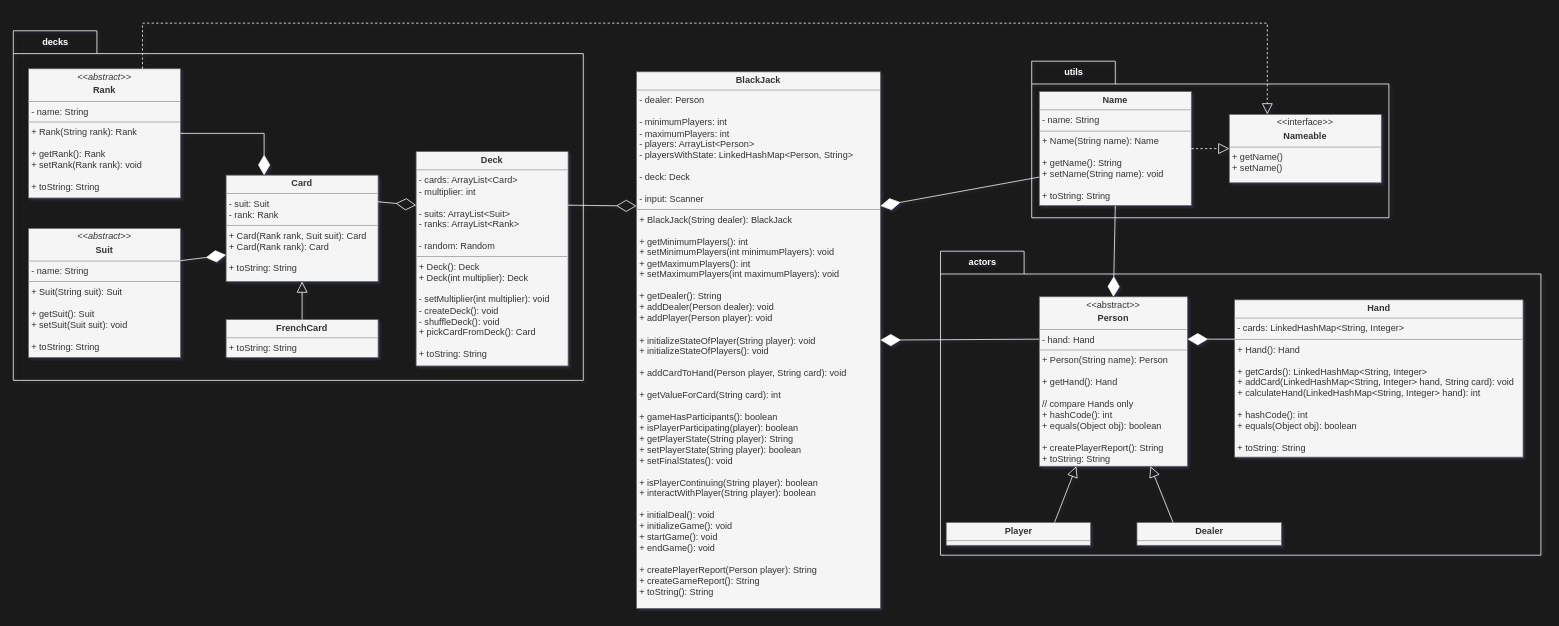
Before: uml-models/step3.drawio in iham/cardgameapp, a draw.io diagram. Source tidied: cells renumbered, new cells numbered last; positions are measured from the earlier drawing's top-left corner, leaving out a move shared by most shapes. Both pictures are drawn from the tidied source at 76%, with x=0, y=0 at pixel (13, 23).
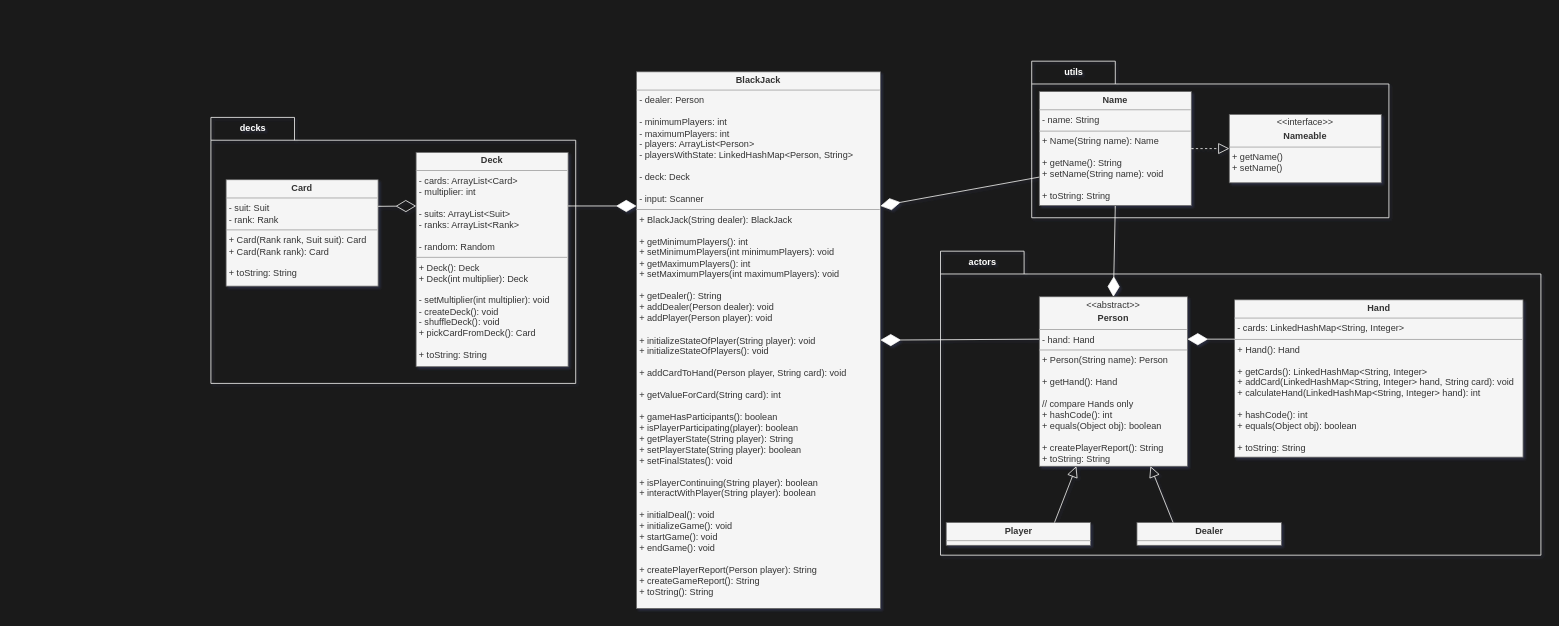
Above is the later version.

Commit message (it also covers changes not shown here):
finished step3.

The change refers to these unchanged cells:
```xml
<mxCell id="2" value="&lt;p style=&quot;margin: 0px ; margin-top: 4px ; text-align: center&quot;&gt;&lt;b&gt;BlackJack&lt;/b&gt;&lt;/p&gt;&lt;hr size=&quot;1&quot;&gt;&lt;p style=&quot;margin: 0px ; margin-left: 4px&quot;&gt;&lt;span&gt;- dealer: Person&lt;/span&gt;&lt;br&gt;&lt;/p&gt;&lt;p style=&quot;margin: 0px ; margin-left: 4px&quot;&gt;&lt;br&gt;&lt;/p&gt;&lt;p style=&quot;margin: 0px ; margin-left: 4px&quot;&gt;- minimumPlayers: int&lt;/p&gt;&lt;p style=&quot;margin: 0px ; margin-left: 4px&quot;&gt;- maximumPlayers: int&lt;br&gt;- players: ArrayList&amp;lt;Person&lt;span&gt;&amp;gt;&lt;/span&gt;&lt;/p&gt;&lt;p style=&quot;margin: 0px ; margin-left: 4px&quot;&gt;&lt;span&gt;- playersWithState: LinkedHashMap&amp;lt;Person, String&amp;gt;&lt;/span&gt;&lt;/p&gt;&lt;p style=&quot;margin: 0px ; margin-left: 4px&quot;&gt;&lt;br&gt;&lt;/p&gt;&lt;p style=&quot;margin: 0px ; margin-left: 4px&quot;&gt;&lt;span&gt;- deck: Deck&lt;/span&gt;&lt;br&gt;&lt;/p&gt;&lt;p style=&quot;margin: 0px ; margin-left: 4px&quot;&gt;&lt;br&gt;&lt;/p&gt;&lt;p style=&quot;margin: 0px ; margin-left: 4px&quot;&gt;- input: Scanner&lt;/p&gt;&lt;hr size=&quot;1&quot;&gt;&lt;p style=&quot;margin: 0px ; margin-left: 4px&quot;&gt;+ BlackJack(String dealer): BlackJack&lt;span&gt;&lt;br&gt;&lt;/span&gt;&lt;/p&gt;&lt;p style=&quot;margin: 0px ; margin-left: 4px&quot;&gt;&lt;span&gt;&lt;br&gt;&lt;/span&gt;&lt;/p&gt;&lt;p style=&quot;margin: 0px 0px 0px 4px&quot;&gt;&lt;span&gt;+ getMinimumPlayers(): int&lt;/span&gt;&lt;br&gt;&lt;/p&gt;&lt;p style=&quot;margin: 0px ; margin-left: 4px&quot;&gt;&lt;span&gt;+ setMinimumPlayers(int minimumPlayers): void&lt;/span&gt;&lt;/p&gt;&lt;p style=&quot;margin: 0px 0px 0px 4px&quot;&gt;+ getMaximumPlayers(): int&lt;br&gt;&lt;/p&gt;&lt;p style=&quot;margin: 0px 0px 0px 4px&quot;&gt;&lt;span&gt;+ setMaximumPlayers(int maximumPlayers): void&lt;/span&gt;&lt;br&gt;&lt;/p&gt;&lt;p style=&quot;margin: 0px 0px 0px 4px&quot;&gt;&lt;br&gt;&lt;/p&gt;&lt;p style=&quot;margin: 0px 0px 0px 4px&quot;&gt;+ getDealer(): String&lt;br&gt;&lt;/p&gt;&lt;p style=&quot;margin: 0px 0px 0px 4px&quot;&gt;&lt;span&gt;+ addDealer(Person dealer): void&lt;/span&gt;&lt;br&gt;&lt;/p&gt;&lt;p style=&quot;margin: 0px ; margin-left: 4px&quot;&gt;&lt;span&gt;+ addPlayer(Person player): void&lt;/span&gt;&lt;br&gt;&lt;/p&gt;&lt;div&gt;&lt;br&gt;&lt;/div&gt;&lt;div&gt;&lt;p style=&quot;margin: 0px 0px 0px 4px&quot;&gt;&lt;span&gt;+ initializeStateOfPlayer(String player): void&lt;/span&gt;&lt;/p&gt;&lt;p style=&quot;margin: 0px 0px 0px 4px&quot;&gt;+ initializeStateOfPlayers(): void&lt;/p&gt;&lt;p style=&quot;margin: 0px 0px 0px 4px&quot;&gt;&lt;br&gt;&lt;/p&gt;&lt;/div&gt;&lt;p style=&quot;margin: 0px 0px 0px 4px&quot;&gt;&lt;span&gt;+ addCardToHand(Person player, String card): void&lt;/span&gt;&lt;/p&gt;&lt;p style=&quot;margin: 0px 0px 0px 4px&quot;&gt;&lt;span&gt;&lt;br&gt;&lt;/span&gt;&lt;/p&gt;&lt;p style=&quot;margin: 0px 0px 0px 4px&quot;&gt;&lt;span&gt;+ getValueForCard(String card): int&lt;/span&gt;&lt;br&gt;&lt;/p&gt;&lt;div&gt;&lt;p style=&quot;margin: 0px 0px 0px 4px&quot;&gt;&lt;br&gt;&lt;/p&gt;&lt;/div&gt;&lt;p style=&quot;margin: 0px 0px 0px 4px&quot;&gt;&lt;span&gt;+ gameHasParticipants(): boolean&lt;/span&gt;&lt;br&gt;&lt;/p&gt;&lt;p style=&quot;margin: 0px 0px 0px 4px&quot;&gt;+ isPlayerParticipating(player): boolean&lt;/p&gt;&lt;div&gt;&lt;p style=&quot;margin: 0px 0px 0px 4px&quot;&gt;&lt;span&gt;+ getPlayer&lt;/span&gt;&lt;span&gt;State&lt;/span&gt;&lt;span&gt;(String player): String&lt;/span&gt;&lt;/p&gt;&lt;p style=&quot;margin: 0px 0px 0px 4px&quot;&gt;+ setPlayer&lt;span&gt;State&lt;/span&gt;&lt;span&gt;(String player): boolean&lt;/span&gt;&lt;/p&gt;&lt;p style=&quot;margin: 0px 0px 0px 4px&quot;&gt;&lt;span&gt;+ setFinalStates(): void&lt;/span&gt;&lt;/p&gt;&lt;/div&gt;&lt;div&gt;&lt;br&gt;&lt;/div&gt;&lt;p style=&quot;margin: 0px ; margin-left: 4px&quot;&gt;+ isPlayerContinuing(String player): boolean&lt;/p&gt;&lt;p style=&quot;margin: 0px ; margin-left: 4px&quot;&gt;+ interactWithPlayer(String player): boolean&lt;/p&gt;&lt;p style=&quot;margin: 0px ; margin-left: 4px&quot;&gt;&lt;span&gt;&lt;br&gt;&lt;/span&gt;&lt;/p&gt;&lt;p style=&quot;margin: 0px 0px 0px 4px&quot;&gt;+ initialDeal(): void&lt;/p&gt;&lt;p style=&quot;margin: 0px ; margin-left: 4px&quot;&gt;&lt;span&gt;+ initializeGame(): void&lt;/span&gt;&lt;br&gt;&lt;/p&gt;&lt;p style=&quot;margin: 0px 0px 0px 4px&quot;&gt;+ startGame(): void&lt;/p&gt;&lt;p style=&quot;margin: 0px 0px 0px 4px&quot;&gt;+ endGame(): void&lt;/p&gt;&lt;p style=&quot;margin: 0px 0px 0px 4px&quot;&gt;&lt;br&gt;&lt;/p&gt;&lt;p style=&quot;margin: 0px 0px 0px 4px&quot;&gt;+ createPlayerReport(Person player): String&lt;/p&gt;&lt;p style=&quot;margin: 0px ; margin-left: 4px&quot;&gt;&lt;span&gt;+ createGameReport(): String&lt;/span&gt;&lt;br&gt;&lt;/p&gt;&lt;p style=&quot;margin: 0px ; margin-left: 4px&quot;&gt;&lt;span&gt;+ toString(): String&lt;/span&gt;&lt;br&gt;&lt;/p&gt;" style="verticalAlign=top;align=left;overflow=fill;fontSize=12;fontFamily=Helvetica;html=1;fillColor=#f5f5f5;fontColor=#333333;strokeColor=#666666;" parent="1" vertex="1">
  <mxGeometry x="820" y="64" width="321" height="706" as="geometry" />
</mxCell>
<mxCell id="8" value="&lt;p style=&quot;margin: 0px ; margin-top: 4px ; text-align: center&quot;&gt;&amp;lt;&amp;lt;interface&amp;gt;&amp;gt;&lt;/p&gt;&lt;p style=&quot;margin: 0px ; margin-top: 4px ; text-align: center&quot;&gt;&lt;b&gt;Nameable&lt;/b&gt;&lt;/p&gt;&lt;hr size=&quot;1&quot;&gt;&lt;p style=&quot;margin: 0px ; margin-left: 4px&quot;&gt;&lt;/p&gt;&lt;p style=&quot;margin: 0px ; margin-left: 4px&quot;&gt;&lt;span&gt;+ getName()&lt;/span&gt;&lt;br&gt;&lt;/p&gt;&lt;p style=&quot;margin: 0px ; margin-left: 4px&quot;&gt;&lt;span&gt;+ setName()&lt;/span&gt;&lt;/p&gt;&lt;p style=&quot;margin: 0px ; margin-left: 4px&quot;&gt;&lt;br&gt;&lt;/p&gt;" style="verticalAlign=top;align=left;overflow=fill;fontSize=12;fontFamily=Helvetica;html=1;fillColor=#f5f5f5;fontColor=#333333;strokeColor=#666666;" parent="5" vertex="1">
  <mxGeometry x="260" y="70" width="200" height="90" as="geometry" />
</mxCell>
```

The edit, as a diff of the source:
```diff
@@
     <mxCell id="18" value="&lt;font color=&quot;#ffffff&quot;&gt;decks&lt;/font&gt;" style="shape=folder;fontStyle=1;tabWidth=110;tabHeight=30;tabPosition=left;html=1;boundedLbl=1;labelInHeader=1;fillColor=none;fontColor=#333333;strokeColor=#FFFFFF;" parent="1" vertex="1">
-      <mxGeometry y="10" width="750" height="460" as="geometry" />
+      <mxGeometry x="260" y="124" width="480" height="350" as="geometry" />
     </mxCell>
     <mxCell id="19" value="&lt;p style=&quot;margin: 0px ; margin-top: 4px ; text-align: center&quot;&gt;&lt;b&gt;Deck&lt;/b&gt;&lt;br&gt;&lt;/p&gt;&lt;hr size=&quot;1&quot;&gt;&lt;p style=&quot;margin: 0px ; margin-left: 4px&quot;&gt;- cards: ArrayList&amp;lt;Card&amp;gt;&lt;/p&gt;&lt;p style=&quot;margin: 0px ; margin-left: 4px&quot;&gt;- multiplier: int&lt;/p&gt;&lt;p style=&quot;margin: 0px ; margin-left: 4px&quot;&gt;&lt;br&gt;&lt;/p&gt;&lt;p style=&quot;margin: 0px 0px 0px 4px&quot;&gt;- suits: ArrayList&amp;lt;Suit&amp;gt;&lt;/p&gt;&lt;p style=&quot;margin: 0px 0px 0px 4px&quot;&gt;- ranks: ArrayList&amp;lt;Rank&amp;gt;&lt;/p&gt;&lt;p style=&quot;margin: 0px 0px 0px 4px&quot;&gt;&lt;br&gt;&lt;/p&gt;&lt;p style=&quot;margin: 0px 0px 0px 4px&quot;&gt;- random: Random&lt;/p&gt;&lt;hr size=&quot;1&quot;&gt;&lt;p style=&quot;margin: 0px 0px 0px 4px&quot;&gt;+ Deck(): Deck&lt;/p&gt;&lt;p style=&quot;margin: 0px 0px 0px 4px&quot;&gt;+ Deck(int multiplier): Deck&lt;br&gt;&lt;/p&gt;&lt;p style=&quot;margin: 0px 0px 0px 4px&quot;&gt;&lt;br&gt;&lt;/p&gt;&lt;p style=&quot;margin: 0px 0px 0px 4px&quot;&gt;- setMultiplier(int multiplier): void&lt;/p&gt;&lt;p style=&quot;margin: 0px 0px 0px 4px&quot;&gt;- createDeck(): void&lt;br&gt;&lt;/p&gt;&lt;p style=&quot;margin: 0px 0px 0px 4px&quot;&gt;- shuffleDeck(): void&lt;/p&gt;&lt;p style=&quot;margin: 0px 0px 0px 4px&quot;&gt;+ pickCardFromDeck(): Card&lt;/p&gt;&lt;div&gt;&lt;br&gt;&lt;/div&gt;&lt;p style=&quot;margin: 0px ; margin-left: 4px&quot;&gt;&lt;span&gt;+ toString: String&lt;/span&gt;&lt;br&gt;&lt;/p&gt;" style="verticalAlign=top;align=left;overflow=fill;fontSize=12;fontFamily=Helvetica;html=1;fillColor=#f5f5f5;fontColor=#333333;strokeColor=#666666;" parent="18" vertex="1">
-      <mxGeometry x="530" y="159" width="200" height="282" as="geometry" />
+      <mxGeometry x="270" y="46" width="200" height="282" as="geometry" />
     </mxCell>
-    <mxCell id="20" value="&lt;p style=&quot;margin: 0px ; margin-top: 4px ; text-align: center&quot;&gt;&lt;i&gt;&amp;lt;&amp;lt;abstract&amp;gt;&amp;gt;&lt;/i&gt;&lt;br&gt;&lt;/p&gt;&lt;p style=&quot;margin: 0px ; margin-top: 4px ; text-align: center&quot;&gt;&lt;b&gt;Rank&lt;/b&gt;&lt;br&gt;&lt;/p&gt;&lt;hr size=&quot;1&quot;&gt;&lt;p style=&quot;margin: 0px ; margin-left: 4px&quot;&gt;- name: String&lt;/p&gt;&lt;hr size=&quot;1&quot;&gt;&lt;p style=&quot;margin: 0px 0px 0px 4px&quot;&gt;+ Rank(String rank): Rank&lt;/p&gt;&lt;p style=&quot;margin: 0px 0px 0px 4px&quot;&gt;&lt;br&gt;&lt;/p&gt;&lt;p style=&quot;margin: 0px 0px 0px 4px&quot;&gt;+ getRank(): Rank&lt;/p&gt;&lt;p style=&quot;margin: 0px 0px 0px 4px&quot;&gt;+ setRank(Rank rank): void&lt;/p&gt;&lt;p style=&quot;margin: 0px 0px 0px 4px&quot;&gt;&lt;br&gt;&lt;/p&gt;&lt;p style=&quot;margin: 0px 0px 0px 4px&quot;&gt;&lt;span&gt;+ toString: String&lt;/span&gt;&lt;br&gt;&lt;/p&gt;" style="verticalAlign=top;align=left;overflow=fill;fontSize=12;fontFamily=Helvetica;html=1;fillColor=#f5f5f5;fontColor=#333333;strokeColor=#666666;" parent="18" vertex="1">
-      <mxGeometry x="20" y="50" width="200" height="170" as="geometry" />
-    </mxCell>
     <mxCell id="21" value="&lt;p style=&quot;margin: 0px ; margin-top: 4px ; text-align: center&quot;&gt;&lt;b&gt;Card&lt;/b&gt;&lt;br&gt;&lt;/p&gt;&lt;hr size=&quot;1&quot;&gt;&lt;p style=&quot;margin: 0px ; margin-left: 4px&quot;&gt;- suit: Suit&lt;/p&gt;&lt;p style=&quot;margin: 0px ; margin-left: 4px&quot;&gt;- rank: Rank&lt;/p&gt;&lt;hr size=&quot;1&quot;&gt;&lt;p style=&quot;margin: 0px 0px 0px 4px&quot;&gt;+ Card(Rank rank, Suit suit): Card&lt;/p&gt;&lt;p style=&quot;margin: 0px 0px 0px 4px&quot;&gt;+ Card(Rank rank): Card&lt;/p&gt;&lt;p style=&quot;margin: 0px 0px 0px 4px&quot;&gt;&lt;br&gt;&lt;/p&gt;&lt;p style=&quot;margin: 0px 0px 0px 4px&quot;&gt;&lt;span&gt;+ toString: String&lt;/span&gt;&lt;br&gt;&lt;/p&gt;" style="verticalAlign=top;align=left;overflow=fill;fontSize=12;fontFamily=Helvetica;html=1;fillColor=#f5f5f5;fontColor=#333333;strokeColor=#666666;" parent="18" vertex="1">
-      <mxGeometry x="280" y="190" width="200" height="140" as="geometry" />
+      <mxGeometry x="20" y="82" width="200" height="140" as="geometry" />
     </mxCell>
-    <mxCell id="22" value="&lt;p style=&quot;margin: 0px ; margin-top: 4px ; text-align: center&quot;&gt;&lt;i&gt;&amp;lt;&amp;lt;abstract&amp;gt;&amp;gt;&lt;/i&gt;&lt;br&gt;&lt;/p&gt;&lt;p style=&quot;margin: 0px ; margin-top: 4px ; text-align: center&quot;&gt;&lt;b&gt;Suit&lt;/b&gt;&lt;br&gt;&lt;/p&gt;&lt;hr size=&quot;1&quot;&gt;&lt;p style=&quot;margin: 0px ; margin-left: 4px&quot;&gt;- name: String&lt;/p&gt;&lt;hr size=&quot;1&quot;&gt;&lt;p style=&quot;margin: 0px 0px 0px 4px&quot;&gt;+ Suit(String suit): Suit&lt;/p&gt;&lt;p style=&quot;margin: 0px 0px 0px 4px&quot;&gt;&lt;br&gt;&lt;/p&gt;&lt;p style=&quot;margin: 0px 0px 0px 4px&quot;&gt;+ getSuit(): Suit&lt;/p&gt;&lt;p style=&quot;margin: 0px 0px 0px 4px&quot;&gt;+ setSuit(Suit suit): void&lt;/p&gt;&lt;p style=&quot;margin: 0px 0px 0px 4px&quot;&gt;&lt;br&gt;&lt;/p&gt;&lt;p style=&quot;margin: 0px 0px 0px 4px&quot;&gt;&lt;span&gt;+ toString: String&lt;/span&gt;&lt;br&gt;&lt;/p&gt;" style="verticalAlign=top;align=left;overflow=fill;fontSize=12;fontFamily=Helvetica;html=1;fillColor=#f5f5f5;fontColor=#333333;strokeColor=#666666;" parent="18" vertex="1">
-      <mxGeometry x="20" y="260" width="200" height="170" as="geometry" />
-    </mxCell>
-    <mxCell id="23" value="&lt;p style=&quot;margin: 0px ; margin-top: 4px ; text-align: center&quot;&gt;&lt;b&gt;FrenchCard&lt;/b&gt;&lt;/p&gt;&lt;hr size=&quot;1&quot;&gt;&lt;p style=&quot;margin: 0px 0px 0px 4px&quot;&gt;&lt;span&gt;+ toString: String&lt;/span&gt;&lt;br&gt;&lt;/p&gt;" style="verticalAlign=top;align=left;overflow=fill;fontSize=12;fontFamily=Helvetica;html=1;fillColor=#f5f5f5;fontColor=#333333;strokeColor=#666666;" parent="18" vertex="1">
-      <mxGeometry x="280" y="380" width="200" height="50" as="geometry" />
-    </mxCell>
-    <mxCell id="24" style="endArrow=diamondThin;endFill=1;endSize=24;html=1;fontColor=#000000;strokeColor=#FFFFFF;rounded=0;fillColor=#f5f5f5;entryX=0.25;entryY=0;entryDx=0;entryDy=0;exitX=1;exitY=0.5;exitDx=0;exitDy=0;" parent="18" edge="1" source="20" target="21">
-      <mxGeometry relative="1" as="geometry">
-        <Array as="points">
-          <mxPoint x="330" y="135" />
-        </Array>
-      </mxGeometry>
-    </mxCell>
-    <mxCell id="25" style="endArrow=diamondThin;endFill=1;endSize=24;html=1;fontColor=#000000;strokeColor=#FFFFFF;rounded=0;fillColor=#f5f5f5;entryX=0;entryY=0.75;entryDx=0;entryDy=0;exitX=1;exitY=0.25;exitDx=0;exitDy=0;" parent="18" edge="1" source="22" target="21">
-      <mxGeometry relative="1" as="geometry" />
-    </mxCell>
@@
-    <mxCell id="27" style="endArrow=block;endFill=0;endSize=12;html=1;exitX=0.5;exitY=0;exitDx=0;exitDy=0;fillColor=#f5f5f5;strokeColor=#FFFFFF;entryX=0.5;entryY=1;entryDx=0;entryDy=0;" parent="18" edge="1" source="23" target="21">
-      <mxGeometry relative="1" as="geometry" />
-    </mxCell>
-    <mxCell id="28" style="endArrow=block;dashed=1;endFill=0;endSize=12;html=1;fillColor=#f5f5f5;strokeColor=#FFFFFF;entryX=0.25;entryY=0;entryDx=0;entryDy=0;rounded=0;exitX=0.75;exitY=0;exitDx=0;exitDy=0;" parent="1" edge="1" source="20" target="8">
-      <mxGeometry relative="1" as="geometry">
-        <Array as="points">
-          <mxPoint x="170" />
-          <mxPoint x="1650" />
-        </Array>
-      </mxGeometry>
-    </mxCell>
-    <mxCell id="29" style="endArrow=diamondThin;endFill=0;endSize=24;html=1;fontColor=#000000;strokeColor=#FFFFFF;rounded=0;fillColor=#f5f5f5;exitX=1;exitY=0.25;exitDx=0;exitDy=0;entryX=0;entryY=0.25;entryDx=0;entryDy=0;" parent="1" edge="1" source="19" target="2">
+    <mxCell id="29" style="endArrow=diamondThin;endFill=1;endSize=24;html=1;fontColor=#000000;strokeColor=#FFFFFF;rounded=0;fillColor=#f5f5f5;exitX=1;exitY=0.25;exitDx=0;exitDy=0;entryX=0;entryY=0.25;entryDx=0;entryDy=0;" parent="1" edge="1" source="19" target="2">
       <mxGeometry relative="1" as="geometry" />
     </mxCell>
```
